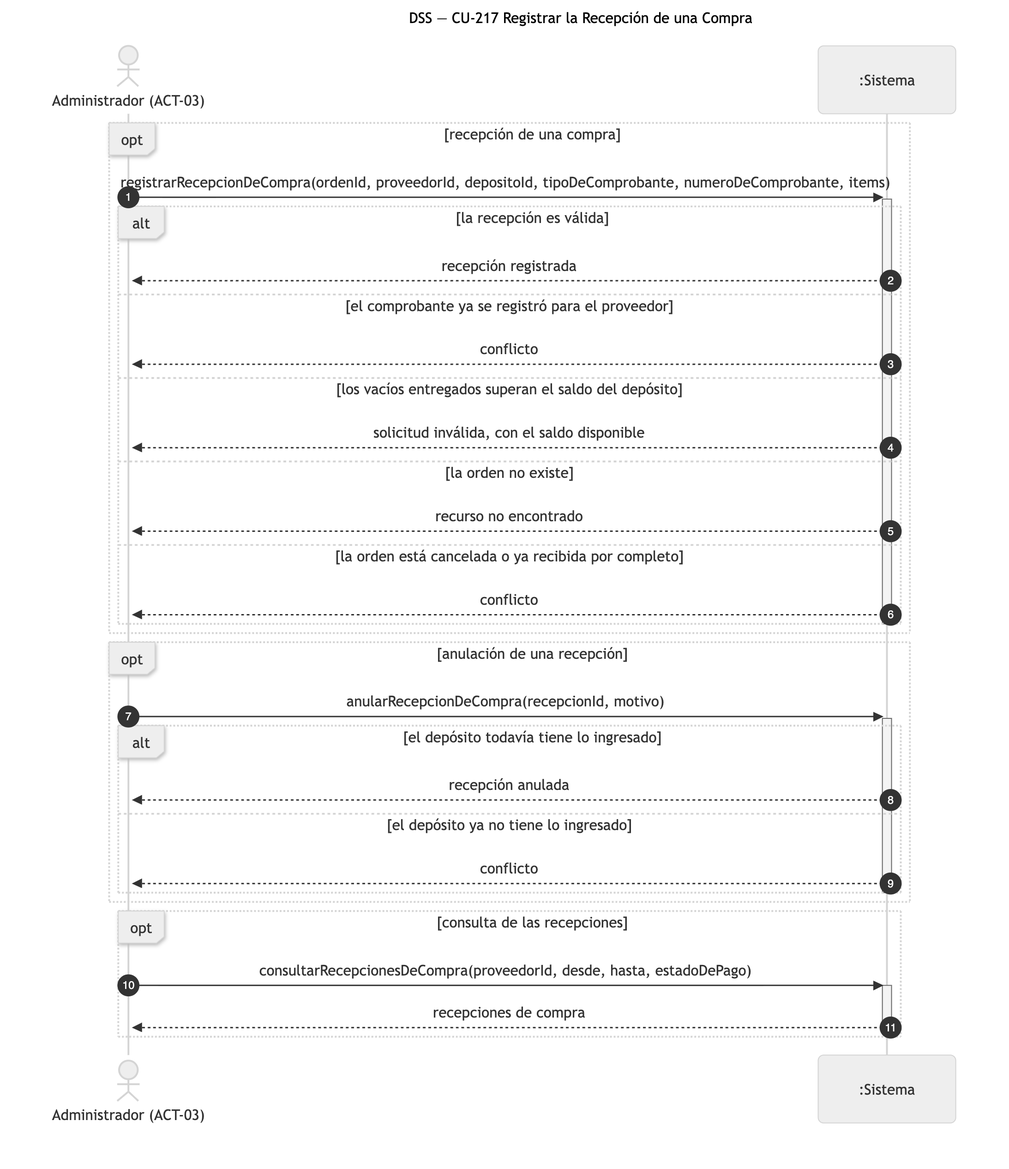
This is diagramas/png/DSS_CU-217_Registrar-la-Recepcion-de-una-Compra.png from Nahuelito-Dev/splg-docs, a Mermaid export, as it was before one commit. Its source is kept beside it as diagramas/DSS_CU-217_Registrar-la-Recepcion-de-una-Compra.mmd.
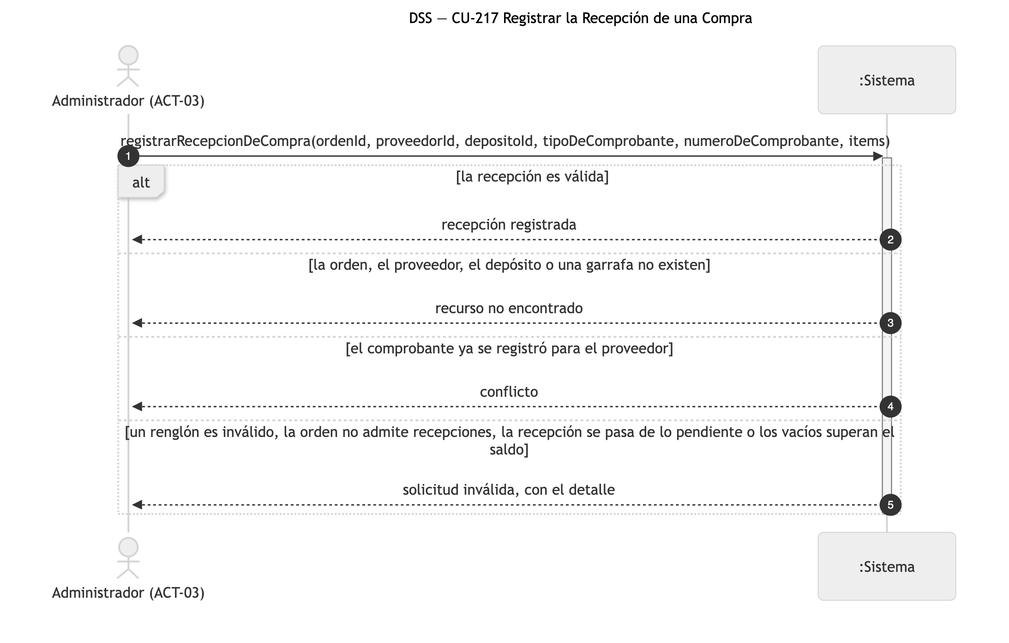
After the commit.

What changed in the source:
```diff
@@ -4,37 +4,15 @@
     actor ADM as Administrador (ACT-03)
     participant SIS as :Sistema
 
-    opt recepción de una compra
-        ADM->>SIS: registrarRecepcionDeCompra(ordenId, proveedorId, depositoId, tipoDeComprobante, numeroDeComprobante, items)
-        activate SIS
-        alt la recepción es válida
-            SIS-->>ADM: recepción registrada
-        else el comprobante ya se registró para el proveedor
-            SIS-->>ADM: conflicto
-        else los vacíos entregados superan el saldo del depósito
-            SIS-->>ADM: solicitud inválida, con el saldo disponible
-        else la orden no existe
-            SIS-->>ADM: recurso no encontrado
-        else la orden está cancelada o ya recibida por completo
-            SIS-->>ADM: conflicto
-        end
-        deactivate SIS
+    ADM->>SIS: registrarRecepcionDeCompra(ordenId, proveedorId, depositoId, tipoDeComprobante, numeroDeComprobante, items)
+    activate SIS
+    alt la recepción es válida
+        SIS-->>ADM: recepción registrada
+    else la orden, el proveedor, el depósito o una garrafa no existen
+        SIS-->>ADM: recurso no encontrado
+    else el comprobante ya se registró para el proveedor
+        SIS-->>ADM: conflicto
+    else un renglón es inválido, la orden no admite recepciones, la recepción se pasa de lo pendiente o los vacíos superan el saldo
+        SIS-->>ADM: solicitud inválida, con el detalle
     end
-
-    opt anulación de una recepción
-        ADM->>SIS: anularRecepcionDeCompra(recepcionId, motivo)
-        activate SIS
-        alt el depósito todavía tiene lo ingresado
-            SIS-->>ADM: recepción anulada
-        else el depósito ya no tiene lo ingresado
-            SIS-->>ADM: conflicto
-        end
-        deactivate SIS
-    end
-
-    opt consulta de las recepciones
-        ADM->>SIS: consultarRecepcionesDeCompra(proveedorId, desde, hasta, estadoDePago)
-        activate SIS
-        SIS-->>ADM: recepciones de compra
-        deactivate SIS
-    end
+    deactivate SIS
```
